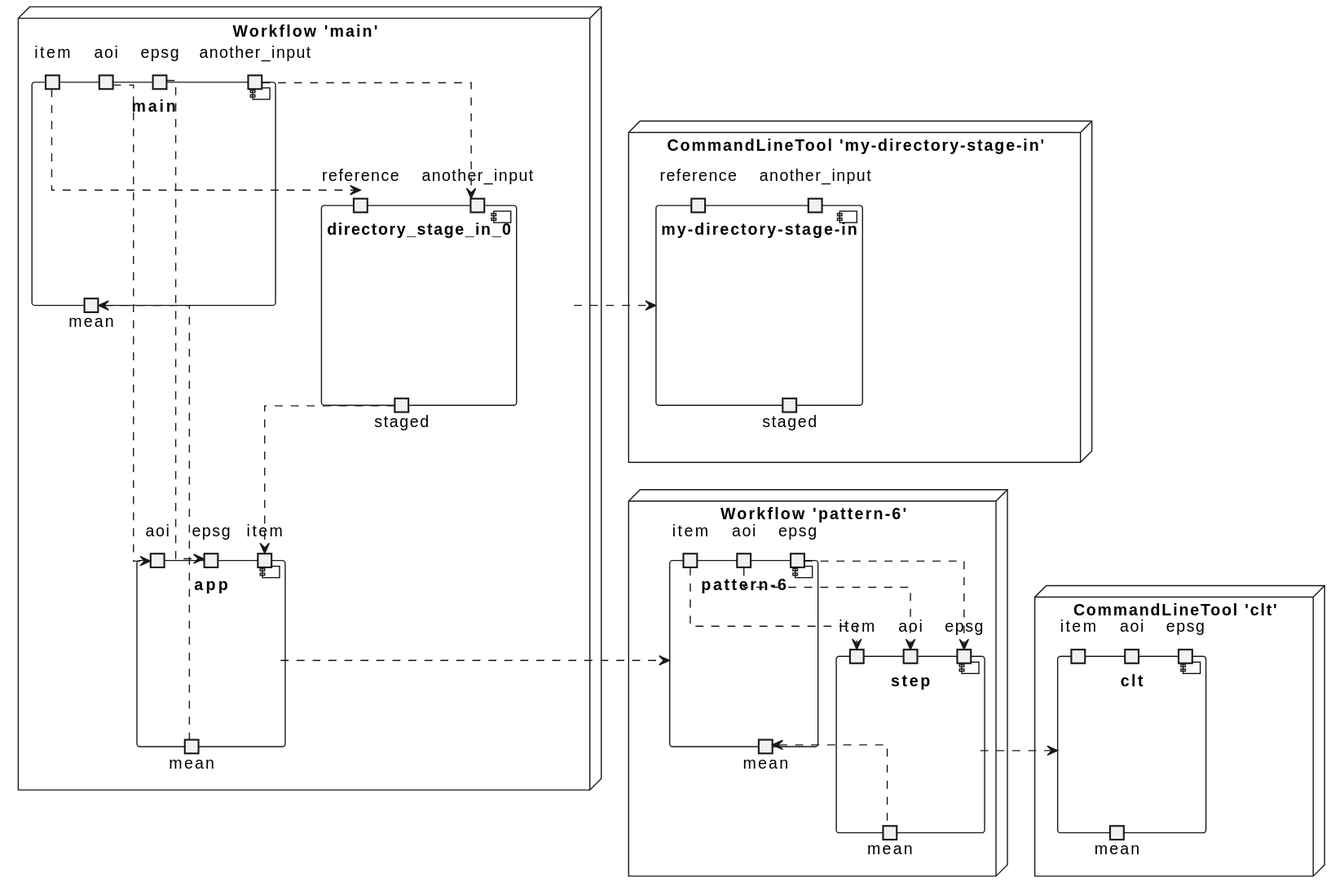
Earlier version of the PlantUML export docs/diagrams/pattern-6/components.svg (EOEPCA/eoap-cwlwrap).
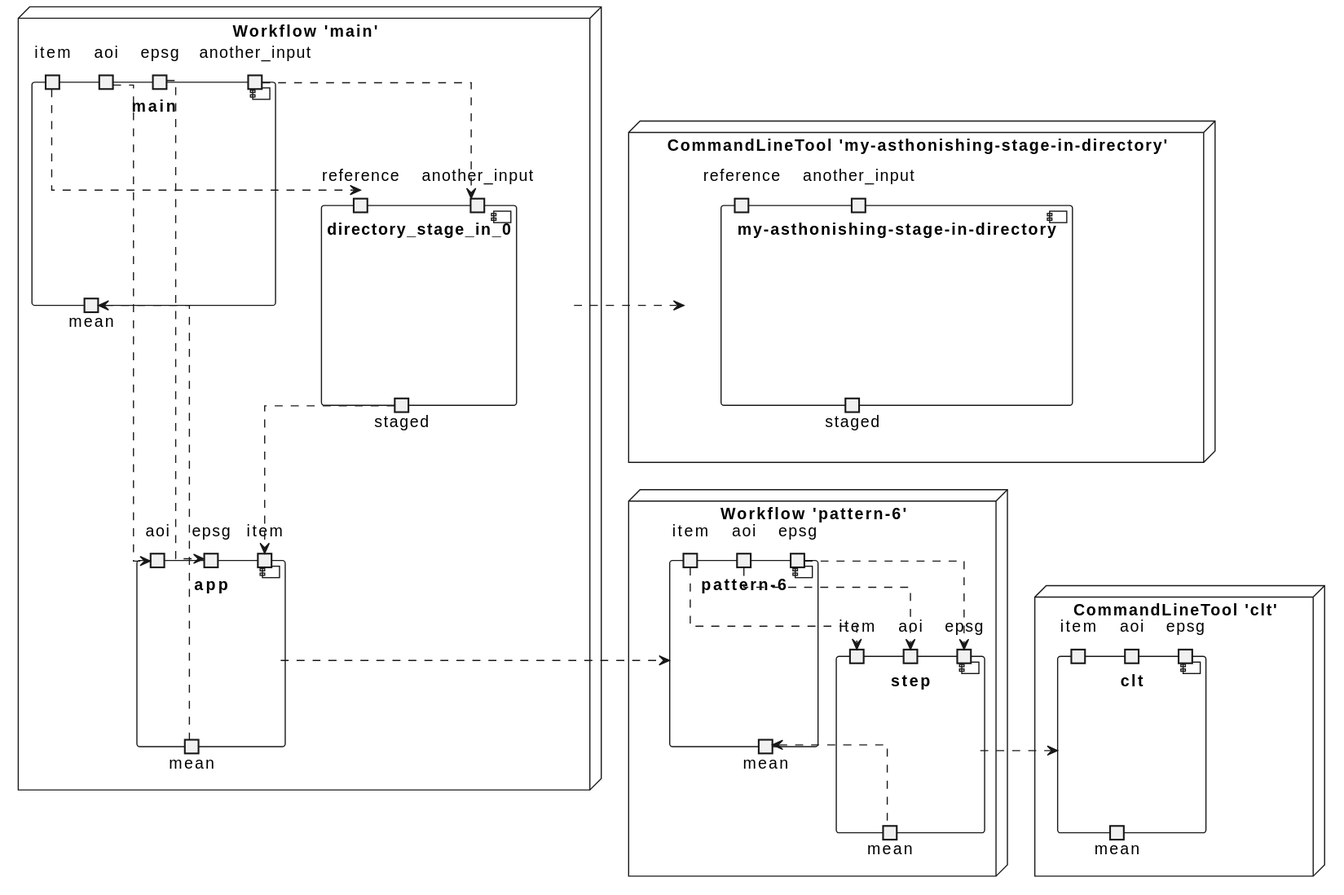
After the change.

Diff of the diagram source:
```diff
@@ -52,15 +52,15 @@
 
 }
 
-node "CommandLineTool 'my-directory-stage-in'" {
-    component "my-directory-stage-in" as my_directory_stage_in {
+node "CommandLineTool 'my-asthonishing-stage-in-directory'" {
+    component "my-asthonishing-stage-in-directory" as my_asthonishing_stage_in_directory {
 
-        portin "reference" as my_directory_stage_in_reference
+        portin "reference" as my_asthonishing_stage_in_directory_reference
 
-        portin "another_input" as my_directory_stage_in_another_input
+        portin "another_input" as my_asthonishing_stage_in_directory_another_input
 
 
-        portout "staged" as my_directory_stage_in_staged
+        portout "staged" as my_asthonishing_stage_in_directory_staged
 
     }
 
@@ -127,7 +127,7 @@
 
 
 
-main_directory_stage_in_0 .right.> my_directory_stage_in
+main_directory_stage_in_0 .right.> my_asthonishing_stage_in_directory
 
 main_app .right.> pattern_6
 
```
